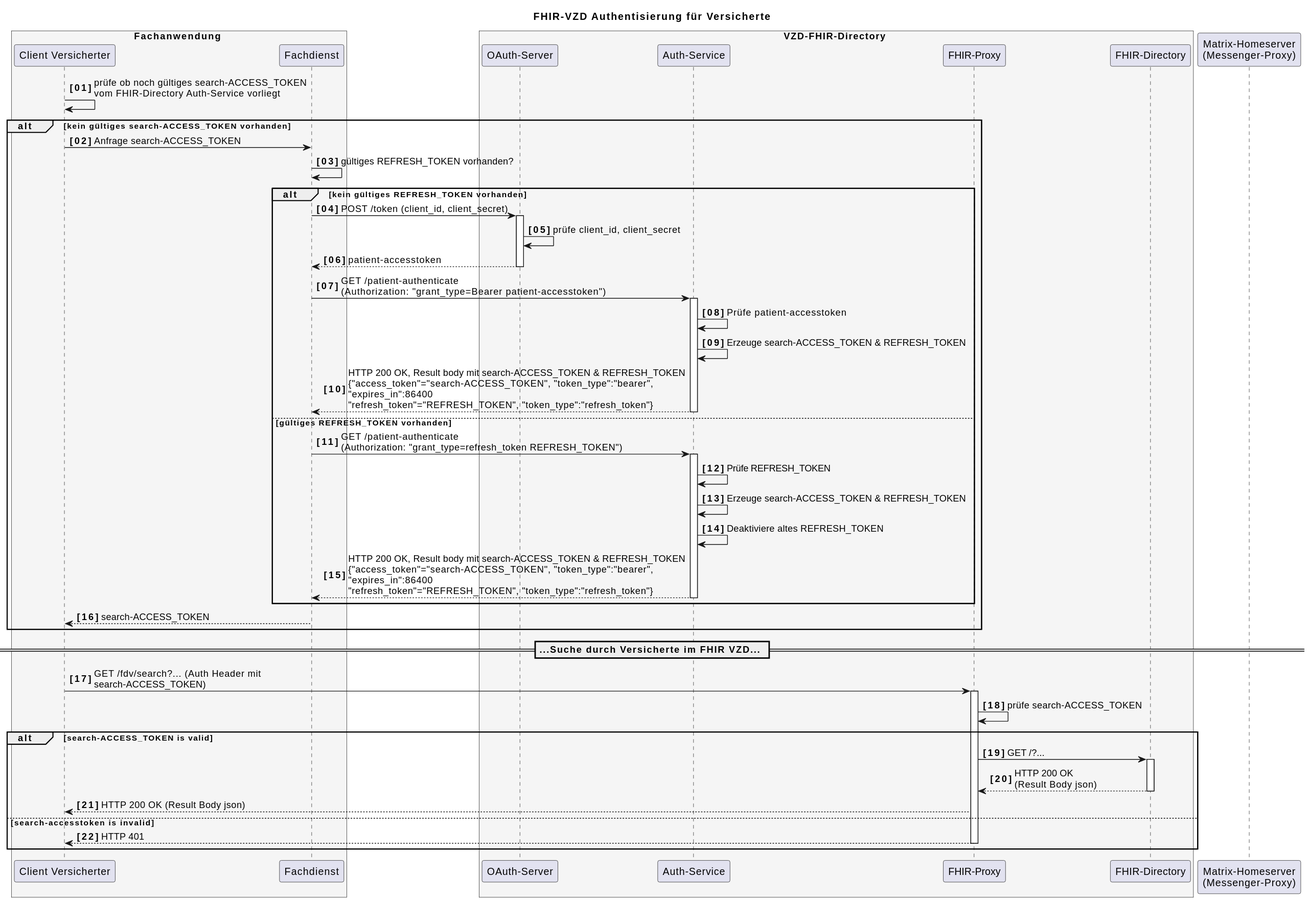
Earlier version of the PlantUML export images/diagrams/SequenceDiagram.FHIR-Directory.fdv.search.svg (gematik/api-vzd).
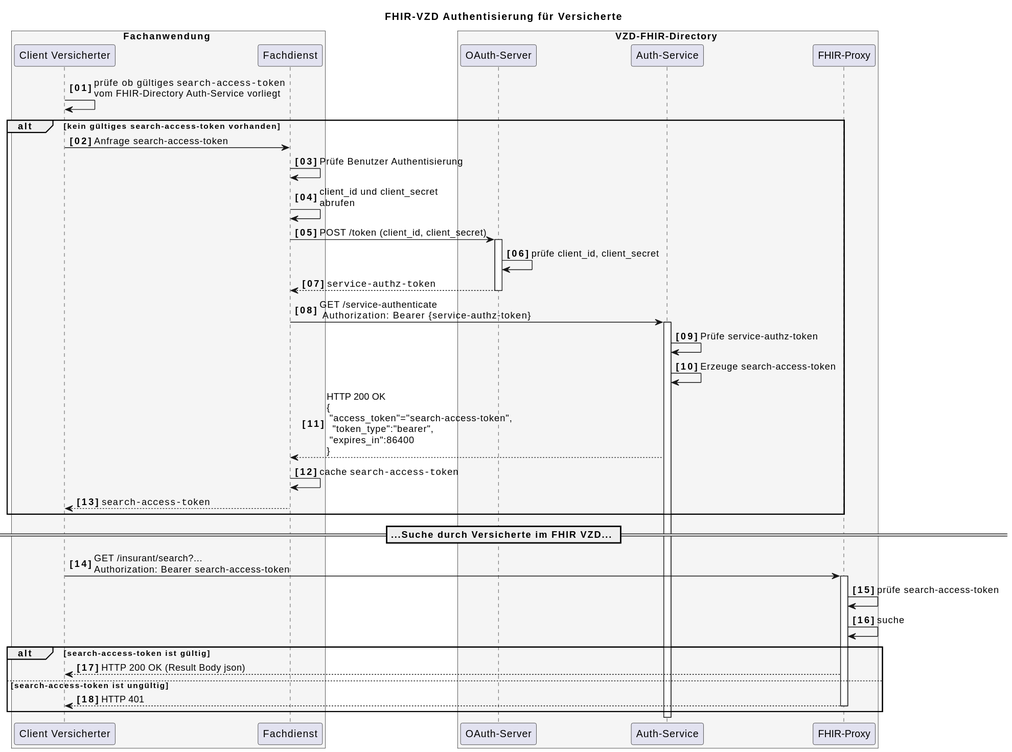
After the change.

Diff of the diagram source:
```diff
@@ -12,59 +12,43 @@
     participant "OAuth-Server" as VzdOAuth
     participant "Auth-Service" as VzdAuth
     participant fp as "FHIR-Proxy"
-    participant fd as "FHIR-Directory"
 end box
 
-participant hs as "Matrix-Homeserver\n(Messenger-Proxy)"
 
-VClient-> VClient: prüfe ob noch gültiges search-ACCESS_TOKEN\nvom FHIR-Directory Auth-Service vorliegt
+VClient-> VClient: prüfe ob  gültiges ""search-access-token""\nvom FHIR-Directory Auth-Service vorliegt
 
-alt kein gültiges search-ACCESS_TOKEN vorhanden
-   VClient-> FDienst: Anfrage search-ACCESS_TOKEN
 
-   FDienst->FDienst: gültiges REFRESH_TOKEN vorhanden?
+alt kein gültiges search-access-token vorhanden
+   VClient-> FDienst: Anfrage search-access-token
 
-  alt kein gültiges REFRESH_TOKEN vorhanden
-     FDienst ->VzdOAuth++: POST /token (client_id, client_secret)
-     VzdOAuth->VzdOAuth: prüfe client_id, client_secret
-     VzdOAuth-->FDienst: patient-accesstoken
-     deactivate VzdOAuth
+   FDienst->FDienst: Prüfe Benutzer Authentisierung
 
-     FDienst->VzdAuth++: GET /patient-authenticate \n(Authorization: "grant_type=Bearer patient-accesstoken")
+   FDienst -> FDienst: client_id und client_secret\nabrufen
+   FDienst ->VzdOAuth++: POST /token (client_id, client_secret)
+   VzdOAuth->VzdOAuth: prüfe client_id, client_secret
+   VzdOAuth-->FDienst--: ""service-authz-token""
 
-     VzdAuth->VzdAuth: Prüfe patient-accesstoken
+   FDienst->VzdAuth++: GET /service-authenticate \n Authorization:   Bearer {service-authz-token}
 
-     VzdAuth->VzdAuth: Erzeuge search-ACCESS_TOKEN & REFRESH_TOKEN
-     VzdAuth-->FDienst: HTTP 200 OK, Result body mit search-ACCESS_TOKEN & REFRESH_TOKEN\n{"access_token"="search-ACCESS_TOKEN", "token_type":"bearer",\n"expires_in":86400\n"refresh_token"="REFRESH_TOKEN", "token_type":"refresh_token"}
-     deactivate VzdAuth
+   VzdAuth->VzdAuth: Prüfe service-authz-token
 
- else gültiges REFRESH_TOKEN vorhanden
-     FDienst->VzdAuth++: GET /patient-authenticate \n(Authorization: "grant_type=refresh_token REFRESH_TOKEN")
+   VzdAuth->VzdAuth: Erzeuge search-access-token
+   VzdAuth-->FDienst: HTTP 200 OK\n{\n "access_token"="search-access-token",\n  "token_type":"bearer",\n "expires_in":86400\n}
 
-     VzdAuth->VzdAuth: Prüfe REFRESH_TOKEN
+   FDienst->FDienst: cache ""search-access-token""
 
-     VzdAuth->VzdAuth: Erzeuge search-ACCESS_TOKEN & REFRESH_TOKEN
-     VzdAuth->VzdAuth: Deaktiviere altes REFRESH_TOKEN
-     VzdAuth-->FDienst: HTTP 200 OK, Result body mit search-ACCESS_TOKEN & REFRESH_TOKEN\n{"access_token"="search-ACCESS_TOKEN", "token_type":"bearer",\n"expires_in":86400\n"refresh_token"="REFRESH_TOKEN", "token_type":"refresh_token"}
-     deactivate VzdAuth
- end
-
-   FDienst-->VClient: search-ACCESS_TOKEN
+   FDienst-->VClient: ""search-access-token""
 end
 
 == ...Suche durch Versicherte im FHIR VZD... ==
 
-VClient -> fp: GET /fdv/search?... (Auth Header mit\nsearch-ACCESS_TOKEN)
+VClient -> fp: GET /insurant/search?... \nAuthorization: Bearer search-access-token
 activate fp
-fp -> fp: prüfe search-ACCESS_TOKEN
-
-alt search-ACCESS_TOKEN is valid
-   fp -> fd: GET /?...
-   activate fd
-   fd --> fp: HTTP 200 OK\n(Result Body json)
-   deactivate fd
+fp -> fp: prüfe search-access-token
+fp -> fp: suche
+alt search-access-token ist gültig
    fp --> VClient : HTTP 200 OK (Result Body json)
- else search-accesstoken is invalid
+ else search-access-token ist ungültig
    fp --> VClient : HTTP 401
    deactivate fp
 end
```
